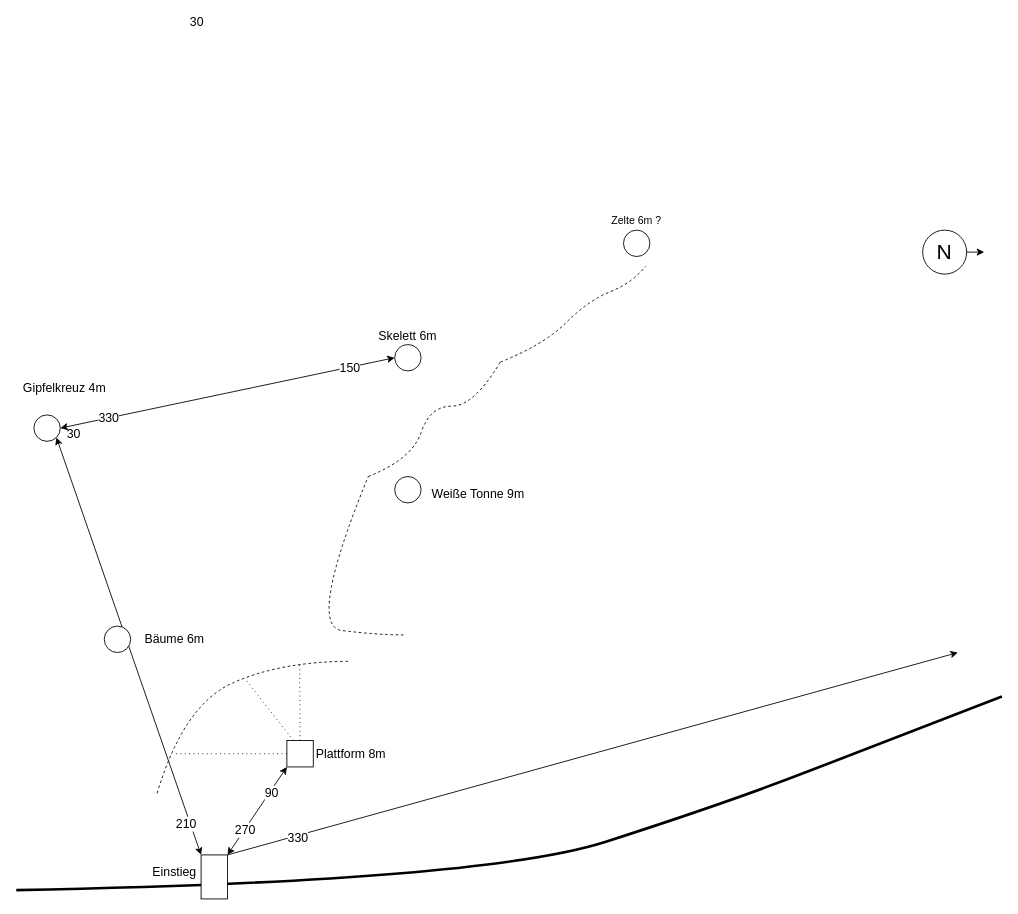
Before: Untitled Diagram.drawio in Floderik/Widdauen-Maps, a draw.io diagram. Source tidied: cells renumbered, new cells numbered last; positions are measured from the earlier drawing's top-left corner, leaving out a move shared by most shapes. Both pictures are drawn from the tidied source at 88%, with x=0, y=0 at pixel (16, 212).
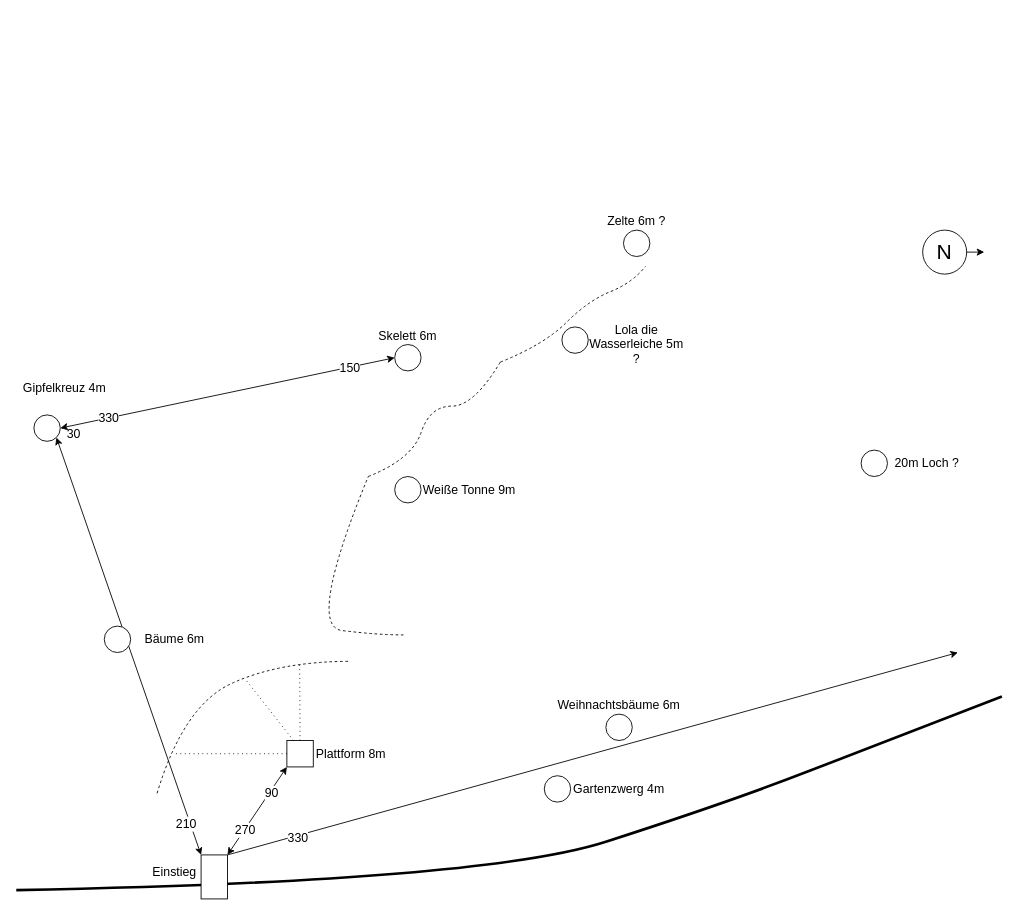
The same page after the edit.

Unchanged cells that the change refers to:
```xml
<mxCell id="31" style="endArrow=classic;html=1;startArrow=classic;startFill=1;entryX=0;entryY=0.5;entryDx=0;entryDy=0;exitX=1;exitY=0.5;exitDx=0;exitDy=0;" parent="1" edge="1" source="14" target="29">
  <mxGeometry relative="1" as="geometry" />
</mxCell>
```

Diff of the diagram source:
```diff
@@
     <mxCell id="27" value="&lt;font style=&quot;font-size: 14px&quot;&gt;Weiße Tonne 9m&lt;/font&gt;" style="text;html=1;strokeColor=none;fillColor=none;align=center;verticalAlign=middle;whiteSpace=wrap;rounded=0;" parent="1" vertex="1">
-      <mxGeometry x="470" y="310" width="110" height="20" as="geometry" />
+      <mxGeometry x="460" y="305" width="110" height="20" as="geometry" />
     </mxCell>
@@
-    <mxCell id="32" value="&lt;font style=&quot;font-size: 14px&quot;&gt;30&lt;/font&gt;" style="edgeLabel;html=1;align=center;verticalAlign=middle;" parent="31" vertex="1">
-      <mxGeometry x="0.48" y="2" relative="1" as="geometry">
-        <mxPoint x="-126" y="-400" as="offset" />
-      </mxGeometry>
-    </mxCell>
@@
-    <mxCell id="37" value="Zelte 6m ?" style="text;html=1;strokeColor=none;fillColor=none;align=center;verticalAlign=middle;whiteSpace=wrap;rounded=0;" parent="1" vertex="1">
+    <mxCell id="37" value="&lt;font style=&quot;font-size: 14px&quot;&gt;Zelte 6m ?&lt;/font&gt;" style="text;html=1;strokeColor=none;fillColor=none;align=center;verticalAlign=middle;whiteSpace=wrap;rounded=0;" parent="1" vertex="1">
       <mxGeometry x="650" width="110" height="20" as="geometry" />
     </mxCell>
+    <mxCell id="38" style="ellipse;whiteSpace=wrap;html=1;" parent="1" vertex="1">
+      <mxGeometry x="600" y="640" width="30" height="30" as="geometry" />
+    </mxCell>
+    <mxCell id="39" value="&lt;font style=&quot;font-size: 14px&quot;&gt;Gartenzwerg 4m&lt;br&gt;&lt;/font&gt;" style="text;html=1;strokeColor=none;fillColor=none;align=center;verticalAlign=middle;whiteSpace=wrap;rounded=0;" parent="1" vertex="1">
+      <mxGeometry x="630" y="645" width="110" height="20" as="geometry" />
+    </mxCell>
+    <mxCell id="40" style="ellipse;whiteSpace=wrap;html=1;" parent="1" vertex="1">
+      <mxGeometry x="670" y="570" width="30" height="30" as="geometry" />
+    </mxCell>
+    <mxCell id="41" value="&lt;font style=&quot;font-size: 14px&quot;&gt;Weihnachtsbäume 6m&lt;/font&gt;" style="text;html=1;strokeColor=none;fillColor=none;align=center;verticalAlign=middle;whiteSpace=wrap;rounded=0;" parent="1" vertex="1">
+      <mxGeometry x="610" y="550" width="150" height="20" as="geometry" />
+    </mxCell>
+    <mxCell id="42" style="ellipse;whiteSpace=wrap;html=1;" parent="1" vertex="1">
+      <mxGeometry x="960" y="270" width="30" height="30" as="geometry" />
+    </mxCell>
+    <mxCell id="43" value="&lt;font style=&quot;font-size: 14px&quot;&gt;20m Loch ?&lt;br&gt;&lt;/font&gt;" style="text;html=1;strokeColor=none;fillColor=none;align=center;verticalAlign=middle;whiteSpace=wrap;rounded=0;" parent="1" vertex="1">
+      <mxGeometry x="980" y="275" width="110" height="20" as="geometry" />
+    </mxCell>
+    <mxCell id="44" style="ellipse;whiteSpace=wrap;html=1;" parent="1" vertex="1">
+      <mxGeometry x="620" y="130" width="30" height="30" as="geometry" />
+    </mxCell>
+    <mxCell id="45" value="&lt;font style=&quot;font-size: 14px&quot;&gt;Lola die Wasserleiche 5m ?&lt;/font&gt;" style="text;html=1;strokeColor=none;fillColor=none;align=center;verticalAlign=middle;whiteSpace=wrap;rounded=0;" parent="1" vertex="1">
+      <mxGeometry x="650" y="140" width="110" height="20" as="geometry" />
+    </mxCell>
```
